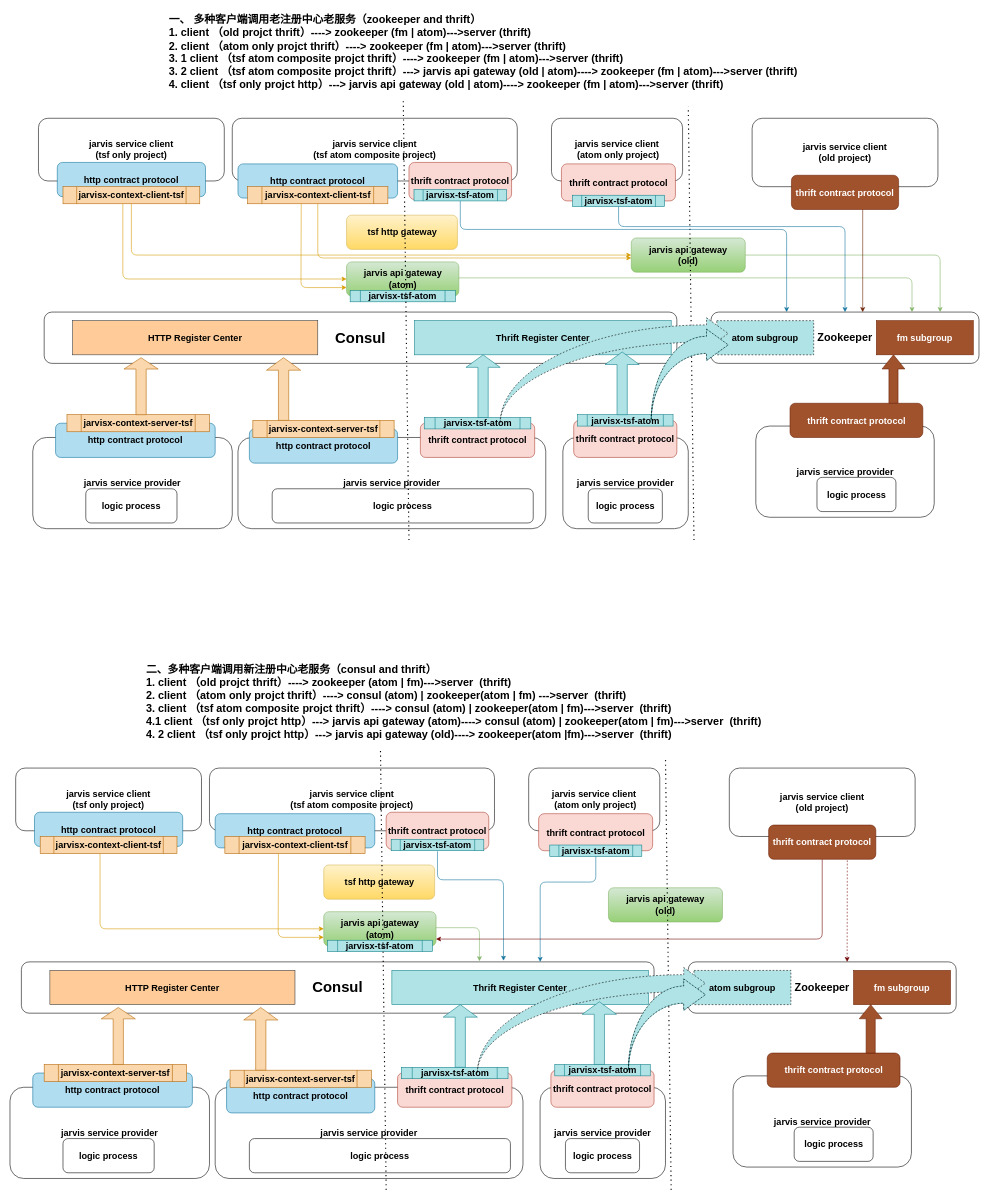
Above: JarvisX TSF.drawio in 1247691206/JavaArchitect (draw.io), before the change. Source tidied: cells renumbered, new cells numbered last; positions are measured from the earlier drawing's top-left corner, leaving out a move shared by most shapes. Both pictures are drawn from the tidied source at 57%, with x=0, y=0 at pixel (10, 10).
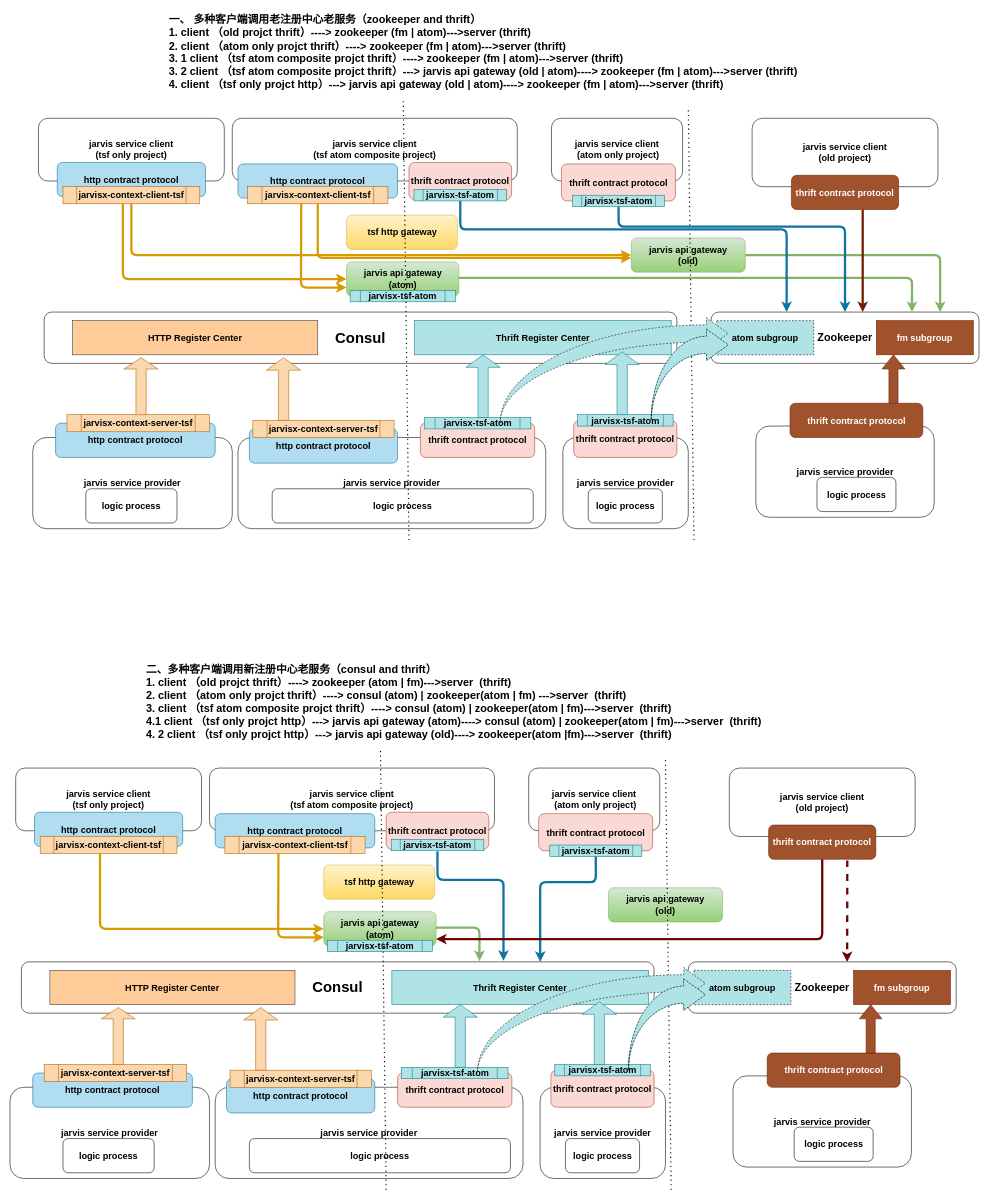
The same diagram, later.

Unchanged cells that the change refers to:
```xml
<mxCell id="4" value="jarvis api gateway&lt;br style=&quot;font-size: 16px;&quot;&gt;(old)" style="rounded=1;whiteSpace=wrap;html=1;gradientColor=#97d077;fillColor=#d5e8d4;strokeColor=#82b366;fontStyle=1;align=center;horizontal=1;fontSize=16;" parent="1" vertex="1">
  <mxGeometry x="1090" y="400" width="200" height="60" as="geometry" />
</mxCell>
<mxCell id="15" value="Zookeeper" style="rounded=1;whiteSpace=wrap;html=1;fontStyle=1;align=center;horizontal=1;fontSize=19;" parent="1" vertex="1">
  <mxGeometry x="1230" y="530" width="470" height="90" as="geometry" />
</mxCell>
<mxCell id="20" value="jarvis api gateway&lt;br style=&quot;font-size: 16px;&quot;&gt;(atom)" style="rounded=1;whiteSpace=wrap;html=1;gradientColor=#97d077;fillColor=#d5e8d4;strokeColor=#82b366;fontStyle=1;align=center;horizontal=1;fontSize=16;" parent="1" vertex="1">
  <mxGeometry x="590.5" y="442" width="197" height="60" as="geometry" />
</mxCell>
<mxCell id="27" value="jarvisx-context-client-tsf" style="shape=process;whiteSpace=wrap;html=1;backgroundOutline=1;fillColor=#fad7ac;strokeColor=#b46504;fontStyle=1;align=center;horizontal=1;fontSize=16;" parent="1" vertex="1">
  <mxGeometry x="93" y="310" width="240" height="30" as="geometry" />
</mxCell>
<mxCell id="30" value="jarvisx-tsf-atom" style="shape=process;whiteSpace=wrap;html=1;backgroundOutline=1;fillColor=#b0e3e6;strokeColor=#0e8088;fontStyle=1;align=center;horizontal=1;fontSize=16;" parent="1" vertex="1">
  <mxGeometry x="987" y="325" width="161.5" height="20" as="geometry" />
</mxCell>
<mxCell id="33" value="jarvisx-context-client-tsf" style="shape=process;whiteSpace=wrap;html=1;backgroundOutline=1;fillColor=#fad7ac;strokeColor=#b46504;fontStyle=1;align=center;horizontal=1;fontSize=16;" parent="1" vertex="1">
  <mxGeometry x="417" y="310" width="246" height="30" as="geometry" />
</mxCell>
<mxCell id="35" value="jarvisx-tsf-atom" style="shape=process;whiteSpace=wrap;html=1;backgroundOutline=1;fillColor=#b0e3e6;strokeColor=#0e8088;fontStyle=1;align=center;horizontal=1;fontSize=16;" parent="1" vertex="1">
  <mxGeometry x="708.8" y="315" width="162.5" height="20" as="geometry" />
</mxCell>
<mxCell id="66" value="Consul" style="rounded=1;whiteSpace=wrap;html=1;fontStyle=1;align=center;horizontal=1;fontSize=26;" parent="1" vertex="1">
  <mxGeometry x="20" y="1670" width="1110" height="90" as="geometry" />
</mxCell>
<mxCell id="72" value="thrift contract protocol" style="rounded=1;whiteSpace=wrap;html=1;fillColor=#a0522d;strokeColor=#6D1F00;fontColor=#ffffff;fontStyle=1;align=center;horizontal=1;fontSize=16;" parent="1" vertex="1">
  <mxGeometry x="1331" y="1430" width="188" height="60" as="geometry" />
</mxCell>
<mxCell id="75" value="Zookeeper" style="rounded=1;whiteSpace=wrap;html=1;fontStyle=1;align=center;horizontal=1;fontSize=19;" parent="1" vertex="1">
  <mxGeometry x="1190" y="1670" width="470" height="90" as="geometry" />
</mxCell>
<mxCell id="80" value="jarvis api gateway&lt;br style=&quot;font-size: 16px;&quot;&gt;(atom)" style="rounded=1;whiteSpace=wrap;html=1;gradientColor=#97d077;fillColor=#d5e8d4;strokeColor=#82b366;fontStyle=1;align=center;horizontal=1;fontSize=16;" parent="1" vertex="1">
  <mxGeometry x="550.5" y="1582" width="197" height="60" as="geometry" />
</mxCell>
<mxCell id="90" value="jarvisx-tsf-atom" style="shape=process;whiteSpace=wrap;html=1;backgroundOutline=1;fillColor=#b0e3e6;strokeColor=#0e8088;fontStyle=1;align=center;horizontal=1;fontSize=16;" parent="1" vertex="1">
  <mxGeometry x="947" y="1465" width="161.5" height="20" as="geometry" />
</mxCell>
```

Change to the diagram source:
```diff
@@
-    <mxCell id="52" style="edgeStyle=elbowEdgeStyle;elbow=horizontal;endArrow=classic;html=1;strokeColor=#d79b00;fontSize=19;align=center;entryX=0;entryY=0.5;entryDx=0;entryDy=0;gradientColor=#ffa500;fillColor=#ffcd28;" parent="1" edge="1" target="20">
+    <mxCell id="52" style="edgeStyle=elbowEdgeStyle;elbow=horizontal;endArrow=classic;html=1;strokeColor=#d79b00;fontSize=19;align=center;entryX=0;entryY=0.5;entryDx=0;entryDy=0;gradientColor=#ffa500;fillColor=#ffcd28;strokeWidth=4;" parent="1" edge="1" target="20">
       <mxGeometry relative="1" as="geometry">
         <mxPoint x="198" y="340" as="sourcePoint" />
         <Array as="points">
           <mxPoint x="198" y="390" />
         </Array>
       </mxGeometry>
     </mxCell>
-    <mxCell id="53" style="edgeStyle=elbowEdgeStyle;elbow=horizontal;endArrow=classic;html=1;strokeColor=#d79b00;fontSize=19;align=center;entryX=0;entryY=0.75;entryDx=0;entryDy=0;gradientColor=#ffa500;fillColor=#ffcd28;" parent="1" edge="1" target="20">
+    <mxCell id="53" style="edgeStyle=elbowEdgeStyle;elbow=horizontal;endArrow=classic;html=1;strokeColor=#d79b00;fontSize=19;align=center;entryX=0;entryY=0.75;entryDx=0;entryDy=0;gradientColor=#ffa500;fillColor=#ffcd28;strokeWidth=4;" parent="1" edge="1" target="20">
       <mxGeometry relative="1" as="geometry">
         <mxPoint x="511" y="340" as="sourcePoint" />
         <Array as="points">
           <mxPoint x="510.5" y="382.5" />
         </Array>
       </mxGeometry>
     </mxCell>
-    <mxCell id="54" style="edgeStyle=segmentEdgeStyle;endArrow=classic;html=1;strokeColor=#d79b00;fontSize=19;align=center;exitX=0.5;exitY=1;exitDx=0;exitDy=0;gradientColor=#ffa500;fillColor=#ffcd28;" parent="1" edge="1" source="27" target="4">
+    <mxCell id="54" style="edgeStyle=segmentEdgeStyle;endArrow=classic;html=1;strokeColor=#d79b00;fontSize=19;align=center;exitX=0.5;exitY=1;exitDx=0;exitDy=0;gradientColor=#ffa500;fillColor=#ffcd28;strokeWidth=4;" parent="1" edge="1" source="27" target="4">
       <mxGeometry relative="1" as="geometry">
         <Array as="points">
           <mxPoint x="213" y="430" />
         </Array>
       </mxGeometry>
     </mxCell>
-    <mxCell id="55" style="edgeStyle=segmentEdgeStyle;endArrow=classic;html=1;strokeColor=#d79b00;fontSize=19;align=center;exitX=0.5;exitY=1;exitDx=0;exitDy=0;gradientColor=#ffa500;fillColor=#ffcd28;" parent="1" edge="1" source="33">
+    <mxCell id="55" style="edgeStyle=segmentEdgeStyle;endArrow=classic;html=1;strokeColor=#d79b00;fontSize=19;align=center;exitX=0.5;exitY=1;exitDx=0;exitDy=0;gradientColor=#ffa500;fillColor=#ffcd28;strokeWidth=4;" parent="1" edge="1" source="33">
       <mxGeometry relative="1" as="geometry">
         <mxPoint x="1090" y="435.1" as="targetPoint" />
         <Array as="points">
           <mxPoint x="540" y="435" />
         </Array>
       </mxGeometry>
     </mxCell>
-    <mxCell id="56" style="edgeStyle=elbowEdgeStyle;elbow=vertical;endArrow=classic;html=1;strokeColor=#82b366;fontSize=19;align=center;entryX=0.75;entryY=0;entryDx=0;entryDy=0;gradientColor=#97d077;fillColor=#d5e8d4;" parent="1" edge="1" target="15">
+    <mxCell id="56" style="edgeStyle=elbowEdgeStyle;elbow=vertical;endArrow=classic;html=1;strokeColor=#82b366;fontSize=19;align=center;entryX=0.75;entryY=0;entryDx=0;entryDy=0;gradientColor=#97d077;fillColor=#d5e8d4;strokeWidth=4;" parent="1" edge="1" target="15">
       <mxGeometry relative="1" as="geometry">
         <mxPoint x="787" y="470" as="sourcePoint" />
         <Array as="points">
           <mxPoint x="1210" y="470" />
         </Array>
       </mxGeometry>
     </mxCell>
-    <mxCell id="57" style="edgeStyle=elbowEdgeStyle;elbow=vertical;endArrow=classic;html=1;strokeColor=#82b366;fontSize=19;align=center;exitX=1;exitY=0.5;exitDx=0;exitDy=0;entryX=0.855;entryY=-0.001;entryDx=0;entryDy=0;entryPerimeter=0;gradientColor=#97d077;fillColor=#d5e8d4;" parent="1" edge="1" source="4" target="15">
+    <mxCell id="57" style="edgeStyle=elbowEdgeStyle;elbow=vertical;endArrow=classic;html=1;strokeColor=#82b366;fontSize=19;align=center;exitX=1;exitY=0.5;exitDx=0;exitDy=0;entryX=0.855;entryY=-0.001;entryDx=0;entryDy=0;entryPerimeter=0;gradientColor=#97d077;fillColor=#d5e8d4;strokeWidth=4;" parent="1" edge="1" source="4" target="15">
       <mxGeometry relative="1" as="geometry">
         <Array as="points">
           <mxPoint x="1480" y="430" />
         </Array>
       </mxGeometry>
     </mxCell>
-    <mxCell id="58" style="edgeStyle=elbowEdgeStyle;elbow=vertical;endArrow=classic;html=1;strokeColor=#10739e;fontSize=19;align=center;entryX=0.5;entryY=0;entryDx=0;entryDy=0;exitX=0.5;exitY=1;exitDx=0;exitDy=0;fillColor=#b1ddf0;" parent="1" edge="1" source="30" target="15">
+    <mxCell id="58" style="edgeStyle=elbowEdgeStyle;elbow=vertical;endArrow=classic;html=1;strokeColor=#10739e;fontSize=19;align=center;entryX=0.5;entryY=0;entryDx=0;entryDy=0;exitX=0.5;exitY=1;exitDx=0;exitDy=0;fillColor=#b1ddf0;strokeWidth=4;" parent="1" edge="1" source="30" target="15">
       <mxGeometry relative="1" as="geometry">
         <Array as="points">
           <mxPoint x="1320" y="380" />
         </Array>
       </mxGeometry>
     </mxCell>
-    <mxCell id="59" style="edgeStyle=elbowEdgeStyle;elbow=vertical;endArrow=classic;html=1;strokeColor=#10739e;fontSize=19;align=center;entryX=0.282;entryY=-0.001;entryDx=0;entryDy=0;entryPerimeter=0;exitX=0.5;exitY=1;exitDx=0;exitDy=0;fillColor=#b1ddf0;" parent="1" edge="1" source="35" target="15">
+    <mxCell id="59" style="edgeStyle=elbowEdgeStyle;elbow=vertical;endArrow=classic;html=1;strokeColor=#10739e;fontSize=19;align=center;entryX=0.282;entryY=-0.001;entryDx=0;entryDy=0;entryPerimeter=0;exitX=0.5;exitY=1;exitDx=0;exitDy=0;fillColor=#b1ddf0;strokeWidth=4;" parent="1" edge="1" source="35" target="15">
       <mxGeometry relative="1" as="geometry">
         <Array as="points">
           <mxPoint x="1282.2" y="385" />
         </Array>
       </mxGeometry>
     </mxCell>
@@
-    <mxCell id="61" style="endArrow=classic;html=1;strokeColor=#6D1F00;fontSize=19;align=center;exitX=0.5;exitY=1;exitDx=0;exitDy=0;entryX=0.5;entryY=0;entryDx=0;entryDy=0;fillColor=#a0522d;" parent="1" edge="1">
+    <mxCell id="61" style="endArrow=classic;html=1;strokeColor=#6D1F00;fontSize=19;align=center;exitX=0.5;exitY=1;exitDx=0;exitDy=0;entryX=0.5;entryY=0;entryDx=0;entryDy=0;fillColor=#a0522d;strokeWidth=4;" parent="1" edge="1">
       <mxGeometry relative="1" as="geometry">
         <mxPoint x="1496" y="350" as="sourcePoint" />
         <mxPoint x="1496" y="530" as="targetPoint" />
       </mxGeometry>
     </mxCell>
@@
-    <mxCell id="112" style="edgeStyle=elbowEdgeStyle;elbow=horizontal;endArrow=classic;html=1;strokeColor=#d79b00;fontSize=19;align=center;entryX=0;entryY=0.5;entryDx=0;entryDy=0;gradientColor=#ffa500;fillColor=#ffcd28;" parent="1" edge="1" target="80">
+    <mxCell id="112" style="edgeStyle=elbowEdgeStyle;elbow=horizontal;endArrow=classic;html=1;strokeColor=#d79b00;fontSize=22;align=center;entryX=0;entryY=0.5;entryDx=0;entryDy=0;gradientColor=#ffa500;fillColor=#ffcd28;strokeWidth=4;" parent="1" edge="1" target="80">
       <mxGeometry relative="1" as="geometry">
         <mxPoint x="158" y="1480" as="sourcePoint" />
         <Array as="points">
           <mxPoint x="158" y="1530" />
         </Array>
       </mxGeometry>
     </mxCell>
-    <mxCell id="113" style="edgeStyle=elbowEdgeStyle;elbow=horizontal;endArrow=classic;html=1;strokeColor=#d79b00;fontSize=19;align=center;entryX=0;entryY=0.75;entryDx=0;entryDy=0;gradientColor=#ffa500;fillColor=#ffcd28;" parent="1" edge="1" target="80">
+    <mxCell id="113" style="edgeStyle=elbowEdgeStyle;elbow=horizontal;endArrow=classic;html=1;strokeColor=#d79b00;fontSize=22;align=center;entryX=0;entryY=0.75;entryDx=0;entryDy=0;gradientColor=#ffa500;fillColor=#ffcd28;strokeWidth=4;" parent="1" edge="1" target="80">
       <mxGeometry relative="1" as="geometry">
         <mxPoint x="471" y="1480" as="sourcePoint" />
         <Array as="points">
           <mxPoint x="470.5" y="1522.5" />
         </Array>
       </mxGeometry>
     </mxCell>
-    <mxCell id="114" style="edgeStyle=elbowEdgeStyle;elbow=vertical;endArrow=classic;html=1;strokeColor=#82b366;fontSize=19;align=center;entryX=0.724;entryY=-0.014;entryDx=0;entryDy=0;gradientColor=#97d077;fillColor=#d5e8d4;entryPerimeter=0;" parent="1" edge="1" target="66">
+    <mxCell id="114" style="edgeStyle=elbowEdgeStyle;elbow=vertical;endArrow=classic;html=1;strokeColor=#82b366;fontSize=22;align=center;entryX=0.724;entryY=-0.014;entryDx=0;entryDy=0;gradientColor=#97d077;fillColor=#d5e8d4;entryPerimeter=0;strokeWidth=4;" parent="1" edge="1" target="66">
       <mxGeometry relative="1" as="geometry">
         <mxPoint x="747" y="1610" as="sourcePoint" />
         <Array as="points">
           <mxPoint x="1170" y="1610" />
         </Array>
       </mxGeometry>
     </mxCell>
-    <mxCell id="115" style="edgeStyle=elbowEdgeStyle;elbow=vertical;endArrow=classic;html=1;strokeColor=#10739e;fontSize=19;align=center;exitX=0.5;exitY=1;exitDx=0;exitDy=0;fillColor=#b1ddf0;entryX=0.82;entryY=0;entryDx=0;entryDy=0;entryPerimeter=0;" parent="1" edge="1" source="90" target="66">
+    <mxCell id="115" style="edgeStyle=elbowEdgeStyle;elbow=vertical;endArrow=classic;html=1;strokeColor=#10739e;fontSize=22;align=center;exitX=0.5;exitY=1;exitDx=0;exitDy=0;fillColor=#b1ddf0;entryX=0.82;entryY=0;entryDx=0;entryDy=0;entryPerimeter=0;strokeWidth=4;" parent="1" edge="1" source="90" target="66">
       <mxGeometry relative="1" as="geometry">
         <Array as="points">
           <mxPoint x="980" y="1530" />
         </Array>
       </mxGeometry>
     </mxCell>
-    <mxCell id="116" style="edgeStyle=elbowEdgeStyle;elbow=vertical;endArrow=classic;html=1;strokeColor=#10739e;fontSize=19;align=center;exitX=0.5;exitY=1;exitDx=0;exitDy=0;fillColor=#b1ddf0;entryX=0.762;entryY=-0.022;entryDx=0;entryDy=0;entryPerimeter=0;" parent="1" edge="1" target="66">
+    <mxCell id="116" style="edgeStyle=elbowEdgeStyle;elbow=vertical;endArrow=classic;html=1;strokeColor=#10739e;fontSize=22;align=center;exitX=0.5;exitY=1;exitDx=0;exitDy=0;fillColor=#b1ddf0;entryX=0.762;entryY=-0.022;entryDx=0;entryDy=0;entryPerimeter=0;strokeWidth=4;" parent="1" edge="1" target="66">
       <mxGeometry relative="1" as="geometry">
         <mxPoint x="750" y="1476" as="sourcePoint" />
         <Array as="points">
           <mxPoint x="1242.2" y="1526" />
         </Array>
       </mxGeometry>
     </mxCell>
@@
-    <mxCell id="118" style="edgeStyle=elbowEdgeStyle;elbow=vertical;endArrow=classic;html=1;strokeColor=#6F0000;fontSize=19;align=center;exitX=0.5;exitY=1;exitDx=0;exitDy=0;fillColor=#a20025;" parent="1" edge="1" source="72" target="80">
+    <mxCell id="118" style="edgeStyle=elbowEdgeStyle;elbow=vertical;endArrow=classic;html=1;strokeColor=#6F0000;fontSize=22;align=center;exitX=0.5;exitY=1;exitDx=0;exitDy=0;fillColor=#a20025;strokeWidth=4;" parent="1" edge="1" source="72" target="80">
       <mxGeometry relative="1" as="geometry">
         <Array as="points">
           <mxPoint x="1140" y="1630" />
           <mxPoint x="1090" y="1640" />
         </Array>
       </mxGeometry>
     </mxCell>
-    <mxCell id="119" style="edgeStyle=elbowEdgeStyle;elbow=vertical;endArrow=classic;html=1;strokeColor=#6F0000;fontSize=19;align=center;fillColor=#a20025;entryX=0.593;entryY=0.002;entryDx=0;entryDy=0;entryPerimeter=0;dashed=1;" parent="1" edge="1" target="75">
+    <mxCell id="119" style="edgeStyle=elbowEdgeStyle;elbow=vertical;endArrow=classic;html=1;strokeColor=#6F0000;fontSize=22;align=center;fillColor=#a20025;entryX=0.593;entryY=0.002;entryDx=0;entryDy=0;entryPerimeter=0;dashed=1;strokeWidth=4;" parent="1" edge="1" target="75">
       <mxGeometry relative="1" as="geometry">
         <mxPoint x="1469" y="1492" as="sourcePoint" />
         <Array as="points">
           <mxPoint x="1469" y="1500" />
         </Array>
       </mxGeometry>
     </mxCell>
```
